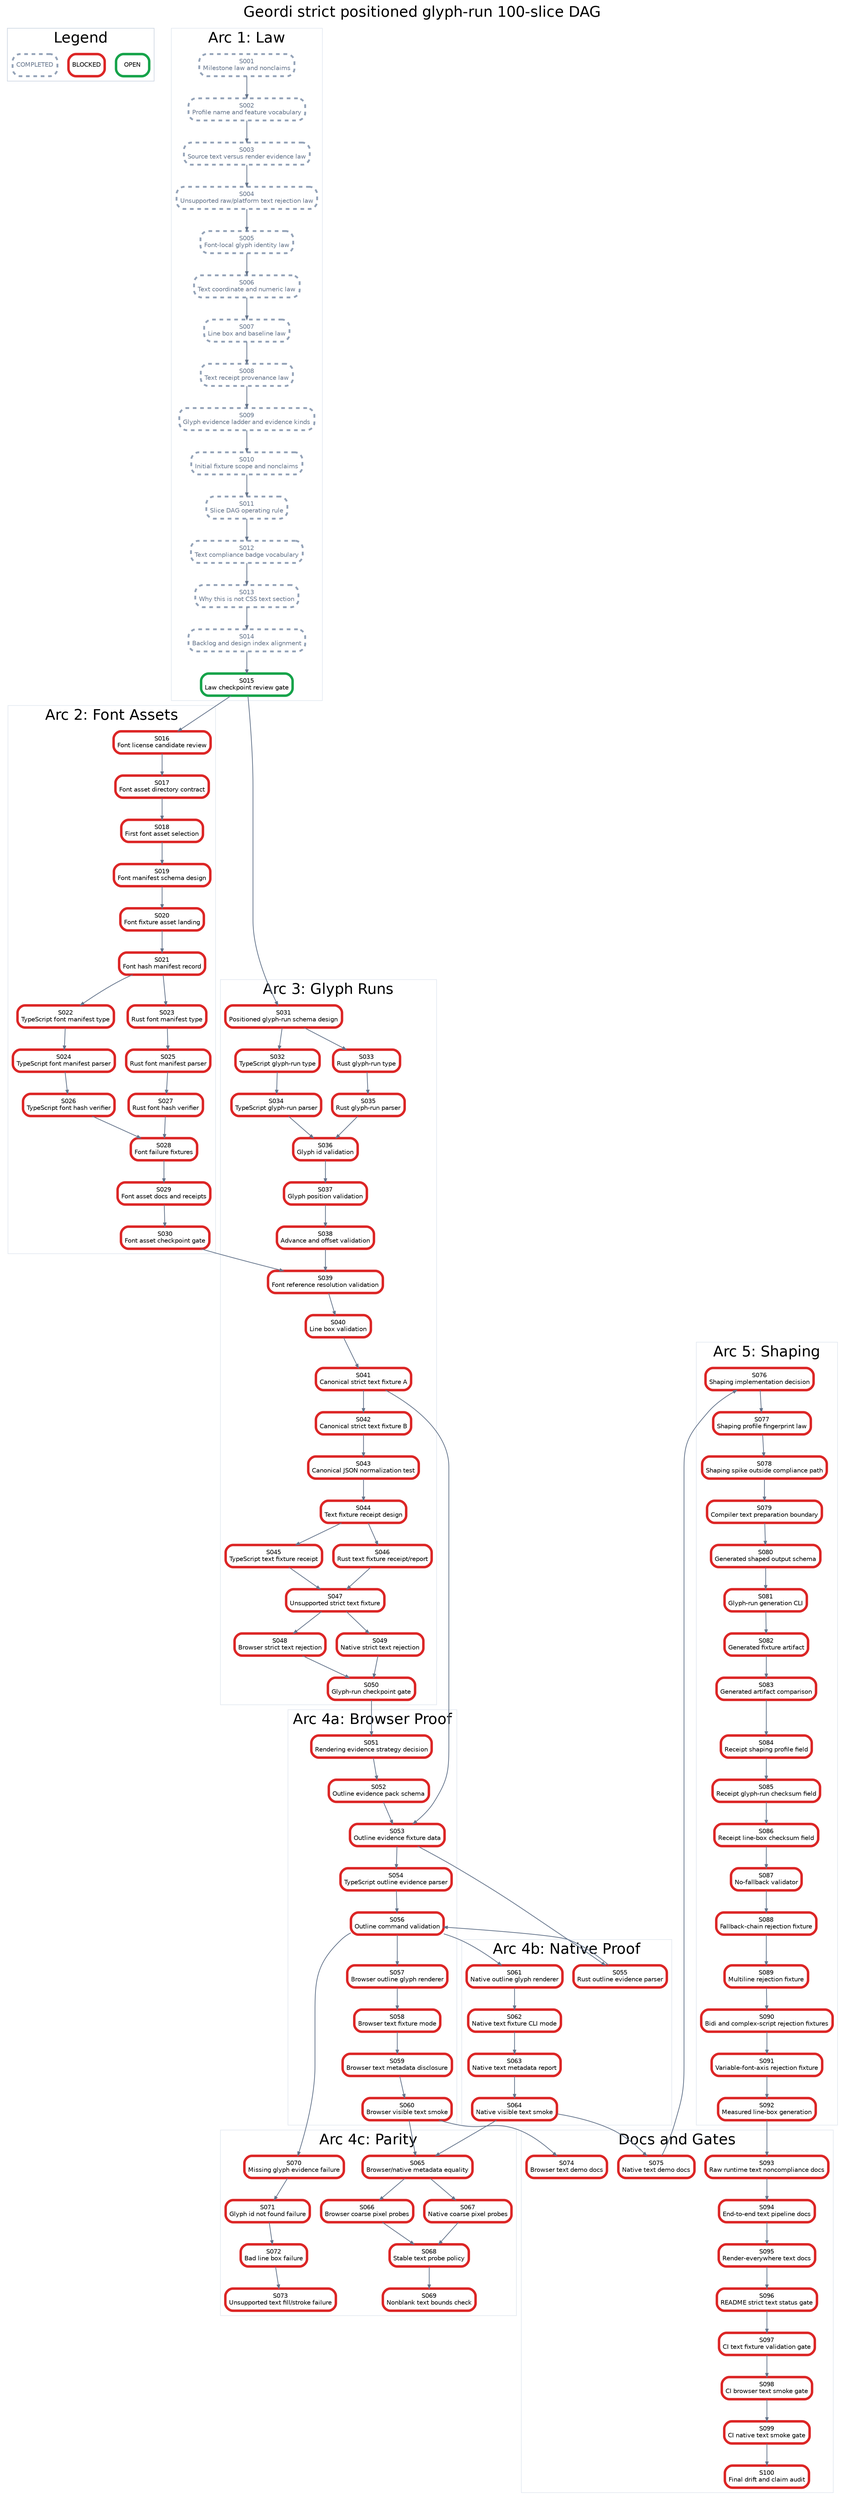
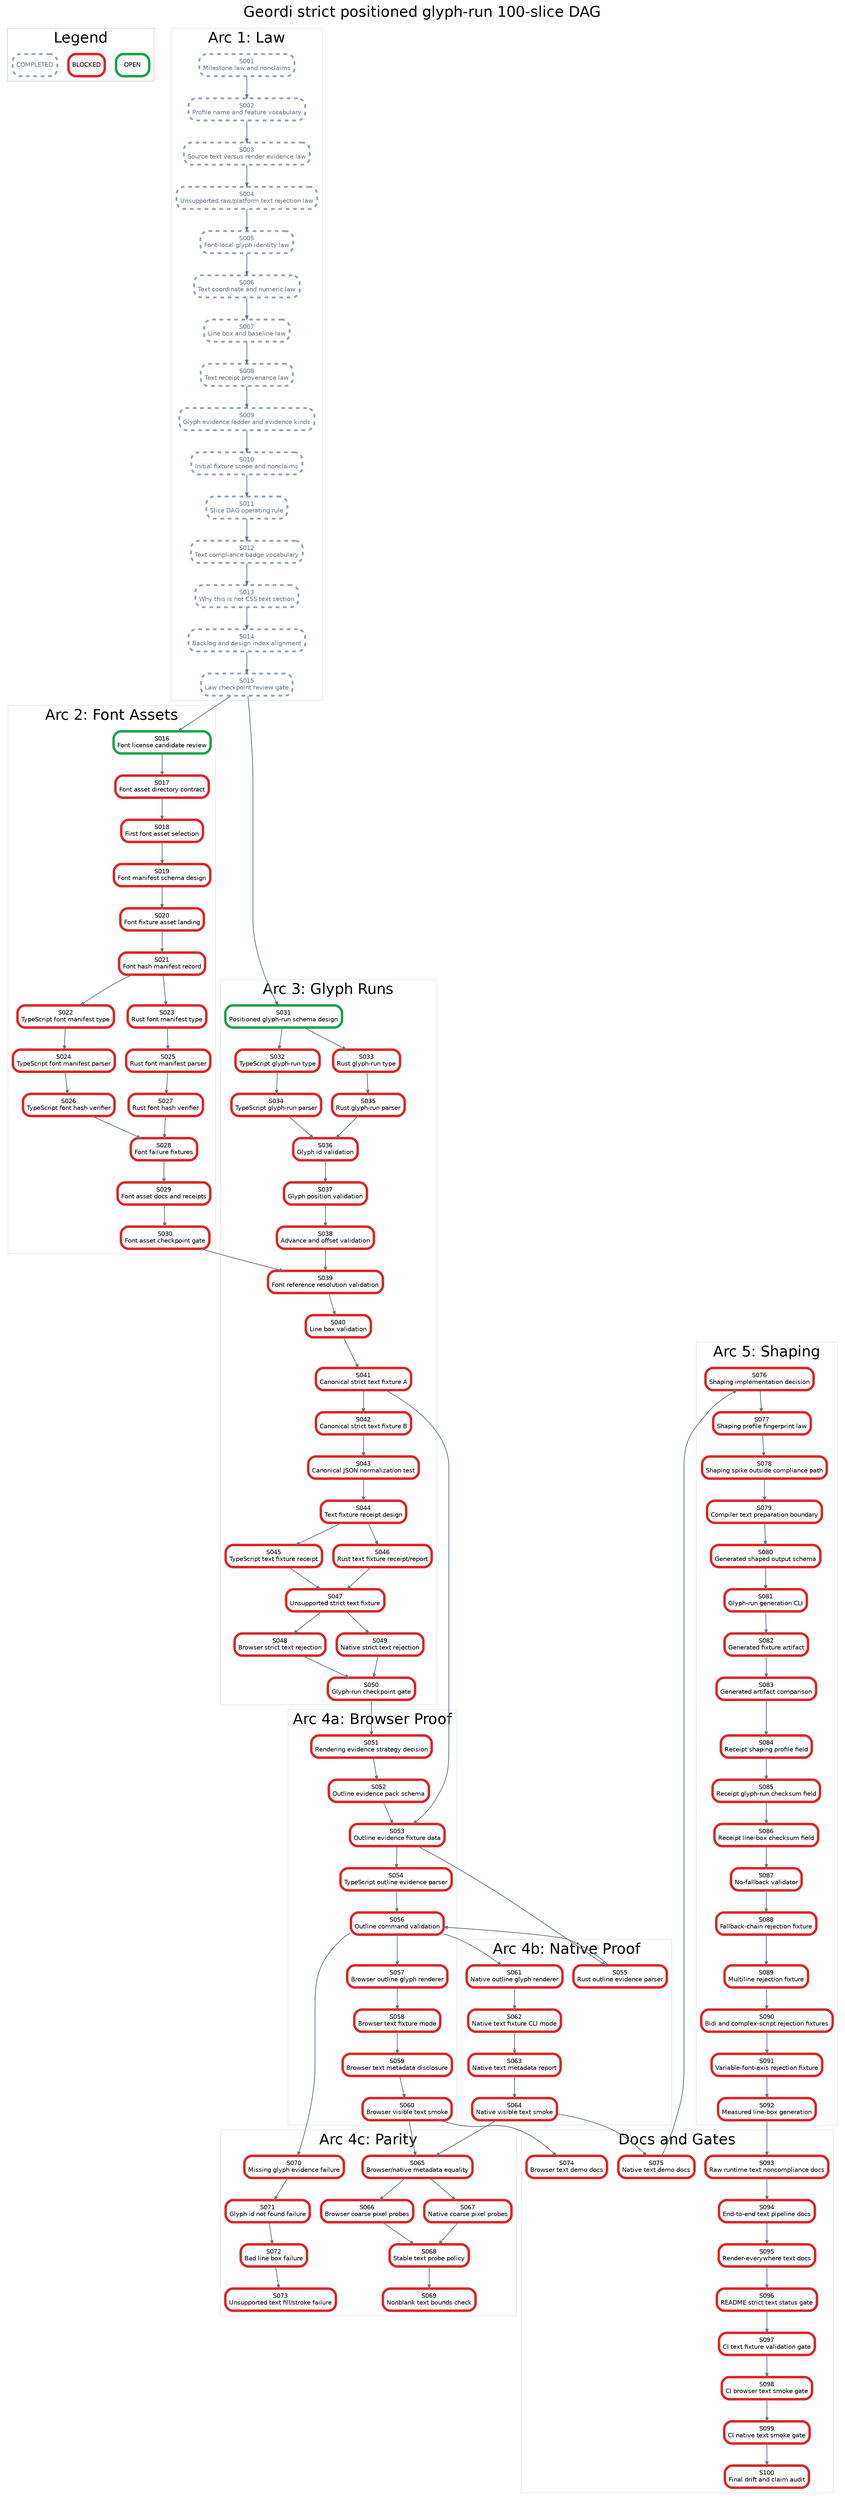
digraph StrictPositionedGlyphRunPlan {
  graph [rankdir=TB, bgcolor="white", fontname="Helvetica", label="Geordi strict positioned glyph-run 100-slice DAG", labelloc="t", fontsize=24];
  node [shape=box, style="rounded,filled", fillcolor="white", fontname="Helvetica", fontsize=10, margin="0.08,0.05"];
  edge [color="#64748b", arrowsize=0.6, penwidth=1.2];

  subgraph cluster_legend {
    label="Legend";
    color="#cbd5e1";
    legend_open [label="OPEN", color="#16a34a", penwidth=4];
    legend_blocked [label="BLOCKED", color="#dc2626", penwidth=4];
    legend_done [label="COMPLETED", color="#94a3b8", penwidth=3, style="rounded,filled,dashed", fontcolor="#64748b"];
  }

  subgraph cluster_law {
    label="Arc 1: Law";
    color="#e2e8f0";
    S001 [label="S001\nMilestone law and nonclaims", color="#94a3b8", penwidth=3, style="rounded,filled,dashed", fontcolor="#64748b"];
    S002 [label="S002\nProfile name and feature vocabulary", color="#94a3b8", penwidth=3, style="rounded,filled,dashed", fontcolor="#64748b"];
    S003 [label="S003\nSource text versus render evidence law", color="#94a3b8", penwidth=3, style="rounded,filled,dashed", fontcolor="#64748b"];
    S004 [label="S004\nUnsupported raw/platform text rejection law", color="#94a3b8", penwidth=3, style="rounded,filled,dashed", fontcolor="#64748b"];
    S005 [label="S005\nFont-local glyph identity law", color="#94a3b8", penwidth=3, style="rounded,filled,dashed", fontcolor="#64748b"];
    S006 [label="S006\nText coordinate and numeric law", color="#94a3b8", penwidth=3, style="rounded,filled,dashed", fontcolor="#64748b"];
    S007 [label="S007\nLine box and baseline law", color="#94a3b8", penwidth=3, style="rounded,filled,dashed", fontcolor="#64748b"];
    S008 [label="S008\nText receipt provenance law", color="#94a3b8", penwidth=3, style="rounded,filled,dashed", fontcolor="#64748b"];
    S009 [label="S009\nGlyph evidence ladder and evidence kinds", color="#94a3b8", penwidth=3, style="rounded,filled,dashed", fontcolor="#64748b"];
    S010 [label="S010\nInitial fixture scope and nonclaims", color="#94a3b8", penwidth=3, style="rounded,filled,dashed", fontcolor="#64748b"];
    S011 [label="S011\nSlice DAG operating rule", color="#94a3b8", penwidth=3, style="rounded,filled,dashed", fontcolor="#64748b"];
    S012 [label="S012\nText compliance badge vocabulary", color="#94a3b8", penwidth=3, style="rounded,filled,dashed", fontcolor="#64748b"];
    S013 [label="S013\nWhy this is not CSS text section", color="#94a3b8", penwidth=3, style="rounded,filled,dashed", fontcolor="#64748b"];
    S014 [label="S014\nBacklog and design index alignment", color="#94a3b8", penwidth=3, style="rounded,filled,dashed", fontcolor="#64748b"];
-     S015 [label="S015\nLaw checkpoint review gate", color="#16a34a", penwidth=4];
+     S015 [label="S015\nLaw checkpoint review gate", color="#94a3b8", penwidth=3, style="rounded,filled,dashed", fontcolor="#64748b"];
  }

  subgraph cluster_assets {
    label="Arc 2: Font Assets";
    color="#e2e8f0";
-     S016 [label="S016\nFont license candidate review", color="#dc2626", penwidth=4];
+     S016 [label="S016\nFont license candidate review", color="#16a34a", penwidth=4];
    S017 [label="S017\nFont asset directory contract", color="#dc2626", penwidth=4];
    S018 [label="S018\nFirst font asset selection", color="#dc2626", penwidth=4];
    S019 [label="S019\nFont manifest schema design", color="#dc2626", penwidth=4];
    S020 [label="S020\nFont fixture asset landing", color="#dc2626", penwidth=4];
    S021 [label="S021\nFont hash manifest record", color="#dc2626", penwidth=4];
    S022 [label="S022\nTypeScript font manifest type", color="#dc2626", penwidth=4];
    S023 [label="S023\nRust font manifest type", color="#dc2626", penwidth=4];
    S024 [label="S024\nTypeScript font manifest parser", color="#dc2626", penwidth=4];
    S025 [label="S025\nRust font manifest parser", color="#dc2626", penwidth=4];
    S026 [label="S026\nTypeScript font hash verifier", color="#dc2626", penwidth=4];
    S027 [label="S027\nRust font hash verifier", color="#dc2626", penwidth=4];
    S028 [label="S028\nFont failure fixtures", color="#dc2626", penwidth=4];
    S029 [label="S029\nFont asset docs and receipts", color="#dc2626", penwidth=4];
    S030 [label="S030\nFont asset checkpoint gate", color="#dc2626", penwidth=4];
  }

  subgraph cluster_glyph {
    label="Arc 3: Glyph Runs";
    color="#e2e8f0";
-     S031 [label="S031\nPositioned glyph-run schema design", color="#dc2626", penwidth=4];
+     S031 [label="S031\nPositioned glyph-run schema design", color="#16a34a", penwidth=4];
    S032 [label="S032\nTypeScript glyph-run type", color="#dc2626", penwidth=4];
    S033 [label="S033\nRust glyph-run type", color="#dc2626", penwidth=4];
    S034 [label="S034\nTypeScript glyph-run parser", color="#dc2626", penwidth=4];
    S035 [label="S035\nRust glyph-run parser", color="#dc2626", penwidth=4];
    S036 [label="S036\nGlyph id validation", color="#dc2626", penwidth=4];
    S037 [label="S037\nGlyph position validation", color="#dc2626", penwidth=4];
    S038 [label="S038\nAdvance and offset validation", color="#dc2626", penwidth=4];
    S039 [label="S039\nFont reference resolution validation", color="#dc2626", penwidth=4];
    S040 [label="S040\nLine box validation", color="#dc2626", penwidth=4];
    S041 [label="S041\nCanonical strict text fixture A", color="#dc2626", penwidth=4];
    S042 [label="S042\nCanonical strict text fixture B", color="#dc2626", penwidth=4];
    S043 [label="S043\nCanonical JSON normalization test", color="#dc2626", penwidth=4];
    S044 [label="S044\nText fixture receipt design", color="#dc2626", penwidth=4];
    S045 [label="S045\nTypeScript text fixture receipt", color="#dc2626", penwidth=4];
    S046 [label="S046\nRust text fixture receipt/report", color="#dc2626", penwidth=4];
    S047 [label="S047\nUnsupported strict text fixture", color="#dc2626", penwidth=4];
    S048 [label="S048\nBrowser strict text rejection", color="#dc2626", penwidth=4];
    S049 [label="S049\nNative strict text rejection", color="#dc2626", penwidth=4];
    S050 [label="S050\nGlyph-run checkpoint gate", color="#dc2626", penwidth=4];
  }

  subgraph cluster_browser {
    label="Arc 4a: Browser Proof";
    color="#e2e8f0";
    S051 [label="S051\nRendering evidence strategy decision", color="#dc2626", penwidth=4];
    S052 [label="S052\nOutline evidence pack schema", color="#dc2626", penwidth=4];
    S053 [label="S053\nOutline evidence fixture data", color="#dc2626", penwidth=4];
    S054 [label="S054\nTypeScript outline evidence parser", color="#dc2626", penwidth=4];
    S056 [label="S056\nOutline command validation", color="#dc2626", penwidth=4];
    S057 [label="S057\nBrowser outline glyph renderer", color="#dc2626", penwidth=4];
    S058 [label="S058\nBrowser text fixture mode", color="#dc2626", penwidth=4];
    S059 [label="S059\nBrowser text metadata disclosure", color="#dc2626", penwidth=4];
    S060 [label="S060\nBrowser visible text smoke", color="#dc2626", penwidth=4];
  }

  subgraph cluster_native {
    label="Arc 4b: Native Proof";
    color="#e2e8f0";
    S055 [label="S055\nRust outline evidence parser", color="#dc2626", penwidth=4];
    S061 [label="S061\nNative outline glyph renderer", color="#dc2626", penwidth=4];
    S062 [label="S062\nNative text fixture CLI mode", color="#dc2626", penwidth=4];
    S063 [label="S063\nNative text metadata report", color="#dc2626", penwidth=4];
    S064 [label="S064\nNative visible text smoke", color="#dc2626", penwidth=4];
  }

  subgraph cluster_parity {
    label="Arc 4c: Parity";
    color="#e2e8f0";
    S065 [label="S065\nBrowser/native metadata equality", color="#dc2626", penwidth=4];
    S066 [label="S066\nBrowser coarse pixel probes", color="#dc2626", penwidth=4];
    S067 [label="S067\nNative coarse pixel probes", color="#dc2626", penwidth=4];
    S068 [label="S068\nStable text probe policy", color="#dc2626", penwidth=4];
    S069 [label="S069\nNonblank text bounds check", color="#dc2626", penwidth=4];
    S070 [label="S070\nMissing glyph evidence failure", color="#dc2626", penwidth=4];
    S071 [label="S071\nGlyph id not found failure", color="#dc2626", penwidth=4];
    S072 [label="S072\nBad line box failure", color="#dc2626", penwidth=4];
    S073 [label="S073\nUnsupported text fill/stroke failure", color="#dc2626", penwidth=4];
  }

  subgraph cluster_shaping {
    label="Arc 5: Shaping";
    color="#e2e8f0";
    S076 [label="S076\nShaping implementation decision", color="#dc2626", penwidth=4];
    S077 [label="S077\nShaping profile fingerprint law", color="#dc2626", penwidth=4];
    S078 [label="S078\nShaping spike outside compliance path", color="#dc2626", penwidth=4];
    S079 [label="S079\nCompiler text preparation boundary", color="#dc2626", penwidth=4];
    S080 [label="S080\nGenerated shaped output schema", color="#dc2626", penwidth=4];
    S081 [label="S081\nGlyph-run generation CLI", color="#dc2626", penwidth=4];
    S082 [label="S082\nGenerated fixture artifact", color="#dc2626", penwidth=4];
    S083 [label="S083\nGenerated artifact comparison", color="#dc2626", penwidth=4];
    S084 [label="S084\nReceipt shaping profile field", color="#dc2626", penwidth=4];
    S085 [label="S085\nReceipt glyph-run checksum field", color="#dc2626", penwidth=4];
    S086 [label="S086\nReceipt line-box checksum field", color="#dc2626", penwidth=4];
    S087 [label="S087\nNo-fallback validator", color="#dc2626", penwidth=4];
    S088 [label="S088\nFallback-chain rejection fixture", color="#dc2626", penwidth=4];
    S089 [label="S089\nMultiline rejection fixture", color="#dc2626", penwidth=4];
    S090 [label="S090\nBidi and complex-script rejection fixtures", color="#dc2626", penwidth=4];
    S091 [label="S091\nVariable-font-axis rejection fixture", color="#dc2626", penwidth=4];
    S092 [label="S092\nMeasured line-box generation", color="#dc2626", penwidth=4];
  }

  subgraph cluster_docs {
    label="Docs and Gates";
    color="#e2e8f0";
    S074 [label="S074\nBrowser text demo docs", color="#dc2626", penwidth=4];
    S075 [label="S075\nNative text demo docs", color="#dc2626", penwidth=4];
    S093 [label="S093\nRaw runtime text noncompliance docs", color="#dc2626", penwidth=4];
    S094 [label="S094\nEnd-to-end text pipeline docs", color="#dc2626", penwidth=4];
    S095 [label="S095\nRender-everywhere text docs", color="#dc2626", penwidth=4];
    S096 [label="S096\nREADME strict text status gate", color="#dc2626", penwidth=4];
    S097 [label="S097\nCI text fixture validation gate", color="#dc2626", penwidth=4];
    S098 [label="S098\nCI browser text smoke gate", color="#dc2626", penwidth=4];
    S099 [label="S099\nCI native text smoke gate", color="#dc2626", penwidth=4];
    S100 [label="S100\nFinal drift and claim audit", color="#dc2626", penwidth=4];
  }

  S001 -> S002;
  S002 -> S003;
  S003 -> S004;
  S004 -> S005;
  S005 -> S006;
  S006 -> S007;
  S007 -> S008;
  S008 -> S009;
  S009 -> S010;
  S010 -> S011;
  S011 -> S012;
  S012 -> S013;
  S013 -> S014;
  S014 -> S015;
  S015 -> S016;
  S016 -> S017;
  S017 -> S018;
  S018 -> S019;
  S019 -> S020;
  S020 -> S021;
  S021 -> S022;
  S021 -> S023;
  S022 -> S024;
  S023 -> S025;
  S024 -> S026;
  S025 -> S027;
  S026 -> S028;
  S027 -> S028;
  S028 -> S029;
  S029 -> S030;
  S015 -> S031;
  S031 -> S032;
  S031 -> S033;
  S032 -> S034;
  S033 -> S035;
  S034 -> S036;
  S035 -> S036;
  S036 -> S037;
  S037 -> S038;
  S038 -> S039;
  S039 -> S040;
  S030 -> S039;
  S040 -> S041;
  S041 -> S042;
  S042 -> S043;
  S043 -> S044;
  S044 -> S045;
  S044 -> S046;
  S045 -> S047;
  S046 -> S047;
  S047 -> S048;
  S047 -> S049;
  S048 -> S050;
  S049 -> S050;
  S050 -> S051;
  S051 -> S052;
  S052 -> S053;
  S041 -> S053;
  S053 -> S054;
  S053 -> S055;
  S054 -> S056;
  S055 -> S056;
  S056 -> S057;
  S057 -> S058;
  S058 -> S059;
  S059 -> S060;
  S056 -> S061;
  S061 -> S062;
  S062 -> S063;
  S063 -> S064;
  S060 -> S065;
  S064 -> S065;
  S065 -> S066;
  S065 -> S067;
  S066 -> S068;
  S067 -> S068;
  S068 -> S069;
  S056 -> S070;
  S070 -> S071;
  S071 -> S072;
  S072 -> S073;
  S060 -> S074;
  S064 -> S075;
  S075 -> S076;
  S076 -> S077;
  S077 -> S078;
  S078 -> S079;
  S079 -> S080;
  S080 -> S081;
  S081 -> S082;
  S082 -> S083;
  S083 -> S084;
  S084 -> S085;
  S085 -> S086;
  S086 -> S087;
  S087 -> S088;
  S088 -> S089;
  S089 -> S090;
  S090 -> S091;
  S091 -> S092;
  S092 -> S093;
  S093 -> S094;
  S094 -> S095;
  S095 -> S096;
  S096 -> S097;
  S097 -> S098;
  S098 -> S099;
  S099 -> S100;
}
